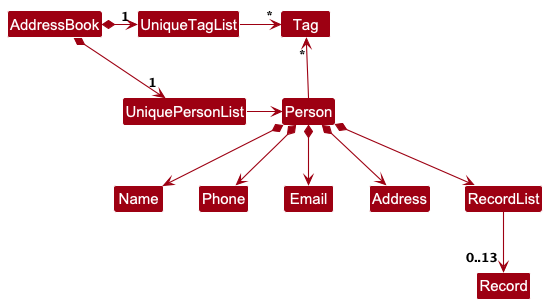
Above: docs/diagrams/BetterModelClassDiagram.png in kailermai/tp (PlantUML), before the change.
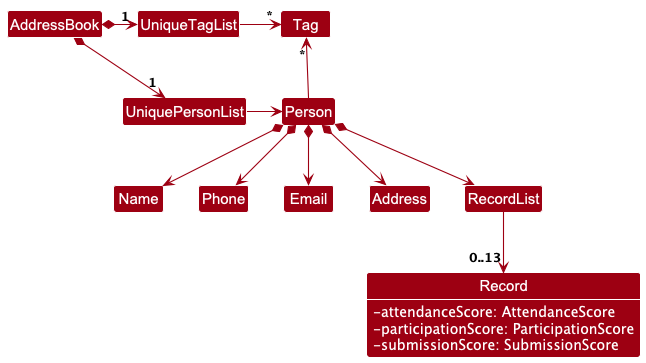
Above is the later version.

Commit message:
Add utility classes as attributes

What changed in the source:
```diff
@@ -3,6 +3,14 @@
 skinparam arrowThickness 1.1
 skinparam arrowColor MODEL_COLOR
 skinparam classBackgroundColor MODEL_COLOR
+
+Class "Record" {
+    - attendanceScore: AttendanceScore
+    - participationScore: ParticipationScore
+    - submissionScore: SubmissionScore
+}
+
+show "Record" attributes
 
 AddressBook *-right-> "1" UniquePersonList
 AddressBook *-right-> "1" UniqueTagList
@@ -20,5 +28,5 @@
 Person *--> Address
 Person *--> RecordList
 
-RecordList --> "0..13" Record
+RecordList --> "0..13" "Record"
 @enduml
```
